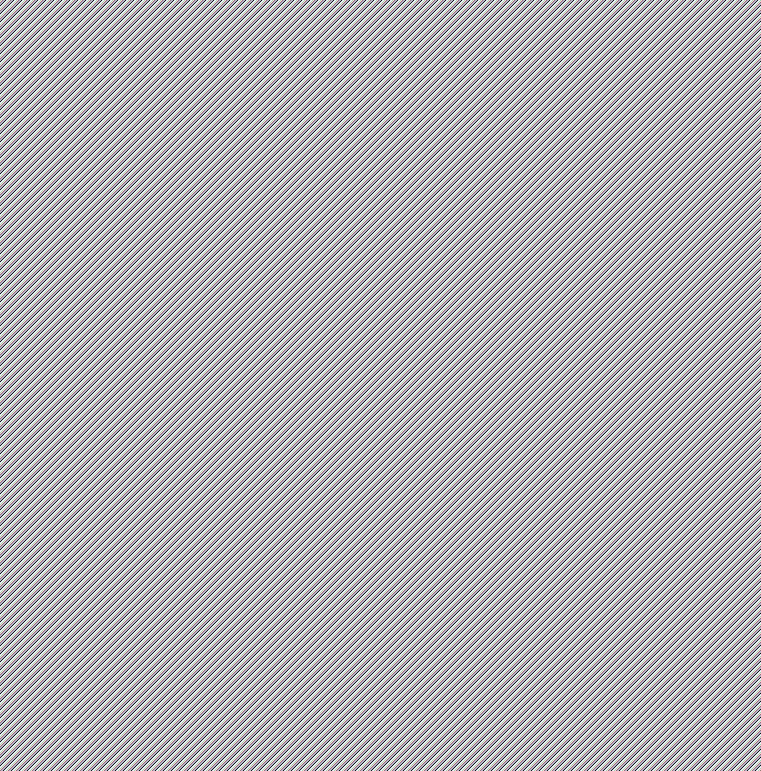
Before: Untitled Diagram.png, a diagram exported from draw.io (xyborgg/novacampaignapp). Source tidied: cells renumbered, new cells last; positions are measured from the earlier drawing's top-left corner, leaving out a move shared by most shapes.
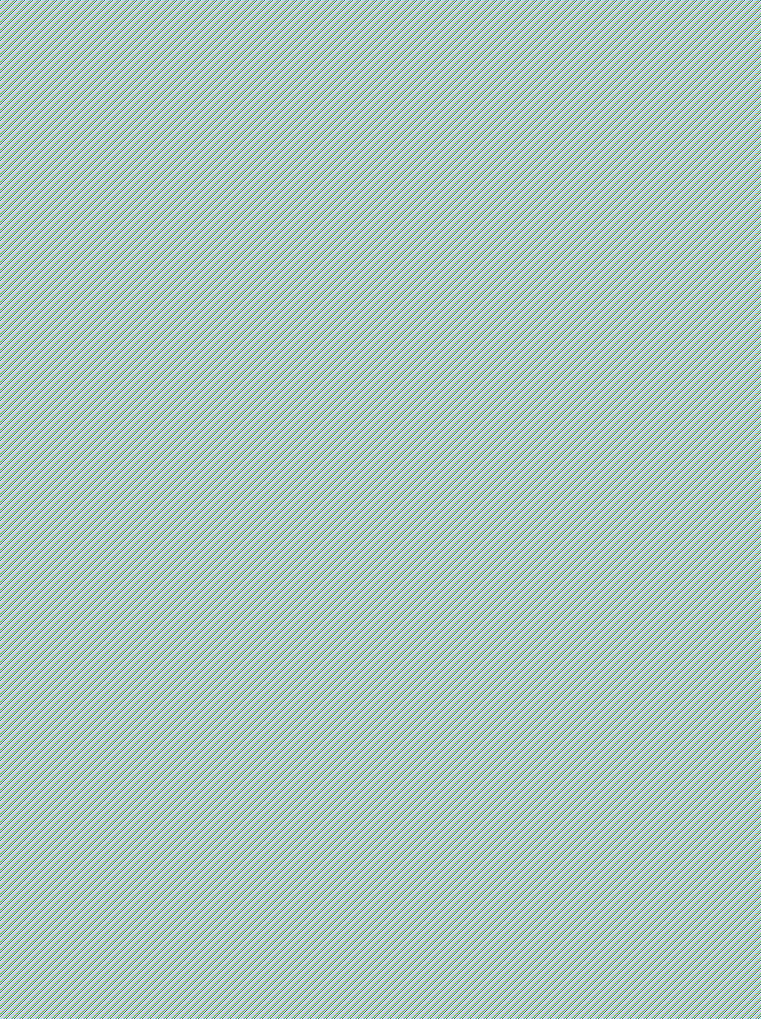
The same file after the commit.

What changed in the source:
```diff
@@ -3,10 +3,10 @@
     <mxCell id="0" />
     <mxCell id="1" parent="0" />
     <mxCell id="2" style="rounded=0;whiteSpace=wrap;html=1;" parent="1" vertex="1">
-      <mxGeometry x="50" y="40" width="710" height="190" as="geometry" />
+      <mxGeometry x="40" y="-130" width="710" height="190" as="geometry" />
     </mxCell>
     <mxCell id="3" style="group;" parent="1" vertex="1">
-      <mxGeometry x="424" y="90" width="59" height="60" as="geometry" />
+      <mxGeometry x="414" y="-59" width="59" height="60" as="geometry" />
     </mxCell>
     <mxCell id="4" style="group;" parent="3" vertex="1">
       <mxGeometry width="59" height="60" as="geometry" />
@@ -45,13 +45,13 @@
       <mxGeometry width="40" height="60" as="geometry" />
     </mxCell>
     <mxCell id="16" style="group;" parent="1" vertex="1">
-      <mxGeometry x="530" y="90" width="40" height="60" as="geometry" />
+      <mxGeometry x="520" y="-59" width="40" height="60" as="geometry" />
     </mxCell>
     <mxCell id="17" value="Edit" style="text;html=1;strokeColor=#6c8ebf;fillColor=#dae8fc;align=center;verticalAlign=middle;whiteSpace=wrap;rounded=0;" parent="16" vertex="1">
       <mxGeometry x="19" width="40" height="20" as="geometry" />
     </mxCell>
     <mxCell id="18" style="group;" parent="1" vertex="1">
-      <mxGeometry x="280" y="90" width="40" height="60" as="geometry" />
+      <mxGeometry x="270" y="-59" width="40" height="60" as="geometry" />
     </mxCell>
     <mxCell id="19" value="Role" style="text;html=1;strokeColor=#6c8ebf;fillColor=#dae8fc;align=center;verticalAlign=middle;whiteSpace=wrap;rounded=0;" parent="18" vertex="1">
       <mxGeometry x="33" width="40" height="20" as="geometry" />
@@ -60,115 +60,222 @@
       <mxGeometry x="33" y="40" width="40" height="20" as="geometry" />
     </mxCell>
     <mxCell id="21" style="group;" parent="1" vertex="1">
-      <mxGeometry x="680" y="90" width="40" height="60" as="geometry" />
+      <mxGeometry x="670" y="-59" width="40" height="60" as="geometry" />
     </mxCell>
     <mxCell id="22" value="Remove" style="text;html=1;strokeColor=#6c8ebf;fillColor=#dae8fc;align=center;verticalAlign=middle;whiteSpace=wrap;rounded=0;" parent="21" vertex="1">
       <mxGeometry x="-10" width="50" height="20" as="geometry" />
     </mxCell>
     <mxCell id="23" value="&amp;nbsp;Admin User" style="text;html=1;strokeColor=none;fillColor=none;align=center;verticalAlign=middle;whiteSpace=wrap;rounded=0;" parent="1" vertex="1">
-      <mxGeometry x="185" y="130" width="70" height="20" as="geometry" />
+      <mxGeometry x="175" y="-19" width="70" height="20" as="geometry" />
     </mxCell>
     <mxCell id="24" value="Name" style="text;html=1;strokeColor=#6c8ebf;fillColor=#dae8fc;align=center;verticalAlign=middle;whiteSpace=wrap;rounded=0;" parent="1" vertex="1">
-      <mxGeometry x="200" y="90" width="40" height="20" as="geometry" />
+      <mxGeometry x="190" y="-59" width="40" height="20" as="geometry" />
     </mxCell>
     <mxCell id="25" value="User" style="text;html=1;strokeColor=none;fillColor=none;align=center;verticalAlign=middle;whiteSpace=wrap;rounded=0;" parent="1" vertex="1">
-      <mxGeometry x="90" y="130" width="40" height="20" as="geometry" />
+      <mxGeometry x="80" y="-19" width="40" height="20" as="geometry" />
     </mxCell>
     <mxCell id="26" value="Avatar" style="text;html=1;strokeColor=#6c8ebf;fillColor=#dae8fc;align=center;verticalAlign=middle;whiteSpace=wrap;rounded=0;" parent="1" vertex="1">
-      <mxGeometry x="90" y="90" width="40" height="20" as="geometry" />
+      <mxGeometry x="80" y="-59" width="40" height="20" as="geometry" />
     </mxCell>
     <mxCell id="27" value="100" style="text;html=1;strokeColor=none;fillColor=none;align=center;verticalAlign=middle;whiteSpace=wrap;rounded=0;" parent="1" vertex="1">
-      <mxGeometry x="432" y="160" width="40" height="20" as="geometry" />
+      <mxGeometry x="422" y="11" width="40" height="20" as="geometry" />
     </mxCell>
     <mxCell id="28" value="User" style="text;html=1;strokeColor=none;fillColor=none;align=center;verticalAlign=middle;whiteSpace=wrap;rounded=0;" parent="1" vertex="1">
-      <mxGeometry x="313" y="160" width="40" height="20" as="geometry" />
+      <mxGeometry x="303" y="11" width="40" height="20" as="geometry" />
     </mxCell>
     <mxCell id="29" value="Basic User" style="text;html=1;strokeColor=none;fillColor=none;align=center;verticalAlign=middle;whiteSpace=wrap;rounded=0;" parent="1" vertex="1">
-      <mxGeometry x="190" y="160" width="60" height="20" as="geometry" />
+      <mxGeometry x="180" y="11" width="60" height="20" as="geometry" />
     </mxCell>
     <mxCell id="30" value="User" style="text;html=1;strokeColor=none;fillColor=none;align=center;verticalAlign=middle;whiteSpace=wrap;rounded=0;" parent="1" vertex="1">
-      <mxGeometry x="90" y="160" width="40" height="20" as="geometry" />
+      <mxGeometry x="80" y="11" width="40" height="20" as="geometry" />
     </mxCell>
     <mxCell id="31" style="rounded=0;whiteSpace=wrap;html=1;" parent="1" vertex="1">
-      <mxGeometry x="50" y="280" width="120" height="340" as="geometry" />
+      <mxGeometry x="60" y="370" width="120" height="340" as="geometry" />
     </mxCell>
-    <mxCell id="32" value="SETTINGS" style="text;html=1;strokeColor=none;fillColor=none;align=center;verticalAlign=middle;whiteSpace=wrap;rounded=0;" parent="1" vertex="1">
-      <mxGeometry width="150" height="40" as="geometry" />
+    <mxCell id="32" value="TEAMS" style="text;html=1;strokeColor=none;fillColor=none;align=center;verticalAlign=middle;whiteSpace=wrap;rounded=0;" parent="1" vertex="1">
+      <mxGeometry x="-10" y="90" width="150" height="40" as="geometry" />
     </mxCell>
     <mxCell id="33" value="Analytics" style="text;html=1;strokeColor=#6c8ebf;fillColor=#dae8fc;align=center;verticalAlign=middle;whiteSpace=wrap;rounded=0;" parent="1" vertex="1">
-      <mxGeometry x="80" y="363" width="50" height="20" as="geometry" />
+      <mxGeometry x="90" y="453" width="50" height="20" as="geometry" />
     </mxCell>
     <mxCell id="34" value="Broadcast" style="text;html=1;strokeColor=#6c8ebf;fillColor=#dae8fc;align=center;verticalAlign=middle;whiteSpace=wrap;rounded=0;" parent="1" vertex="1">
-      <mxGeometry x="80" y="413" width="60" height="20" as="geometry" />
+      <mxGeometry x="90" y="503" width="60" height="20" as="geometry" />
     </mxCell>
     <mxCell id="35" value="Templates" style="text;html=1;strokeColor=#6c8ebf;fillColor=#dae8fc;align=center;verticalAlign=middle;whiteSpace=wrap;rounded=0;" parent="1" vertex="1">
-      <mxGeometry x="80" y="463" width="60" height="20" as="geometry" />
+      <mxGeometry x="90" y="553" width="60" height="20" as="geometry" />
     </mxCell>
     <mxCell id="36" value="Settings" style="text;html=1;strokeColor=#6c8ebf;fillColor=#dae8fc;align=center;verticalAlign=middle;whiteSpace=wrap;rounded=0;" parent="1" vertex="1">
-      <mxGeometry x="80" y="513" width="60" height="20" as="geometry" />
+      <mxGeometry x="90" y="603" width="60" height="20" as="geometry" />
     </mxCell>
     <mxCell id="37" value="Profile" style="text;html=1;strokeColor=#6c8ebf;fillColor=#dae8fc;align=center;verticalAlign=middle;whiteSpace=wrap;rounded=0;" parent="1" vertex="1">
-      <mxGeometry x="80" y="563" width="60" height="20" as="geometry" />
+      <mxGeometry x="90" y="653" width="60" height="20" as="geometry" />
     </mxCell>
     <mxCell id="38" value="Audience" style="text;html=1;strokeColor=#6c8ebf;fillColor=#dae8fc;align=center;verticalAlign=middle;whiteSpace=wrap;rounded=0;" parent="1" vertex="1">
-      <mxGeometry x="80" y="320" width="50" height="20" as="geometry" />
+      <mxGeometry x="90" y="410" width="50" height="20" as="geometry" />
     </mxCell>
     <mxCell id="39" style="rounded=0;whiteSpace=wrap;html=1;" parent="1" vertex="1">
-      <mxGeometry x="233" y="280" width="120" height="340" as="geometry" />
+      <mxGeometry x="243" y="370" width="120" height="370" as="geometry" />
     </mxCell>
     <mxCell id="40" value="Analytics" style="text;html=1;strokeColor=#6c8ebf;fillColor=#dae8fc;align=center;verticalAlign=middle;whiteSpace=wrap;rounded=0;" parent="1" vertex="1">
-      <mxGeometry x="263" y="363" width="50" height="20" as="geometry" />
+      <mxGeometry x="273" y="453" width="50" height="20" as="geometry" />
     </mxCell>
     <mxCell id="41" value="Broadcast" style="text;html=1;strokeColor=#6c8ebf;fillColor=#dae8fc;align=center;verticalAlign=middle;whiteSpace=wrap;rounded=0;" parent="1" vertex="1">
-      <mxGeometry x="263" y="413" width="60" height="20" as="geometry" />
+      <mxGeometry x="273" y="503" width="60" height="20" as="geometry" />
     </mxCell>
     <mxCell id="42" value="Templates" style="text;html=1;strokeColor=#6c8ebf;fillColor=#dae8fc;align=center;verticalAlign=middle;whiteSpace=wrap;rounded=0;" parent="1" vertex="1">
-      <mxGeometry x="263" y="463" width="60" height="20" as="geometry" />
+      <mxGeometry x="273" y="553" width="60" height="20" as="geometry" />
     </mxCell>
     <mxCell id="43" value="Users" style="text;html=1;strokeColor=#6c8ebf;fillColor=#dae8fc;align=center;verticalAlign=middle;whiteSpace=wrap;rounded=0;" parent="1" vertex="1">
-      <mxGeometry x="263" y="513" width="60" height="20" as="geometry" />
+      <mxGeometry x="273" y="603" width="60" height="20" as="geometry" />
     </mxCell>
     <mxCell id="44" value="Profile" style="text;html=1;strokeColor=#6c8ebf;fillColor=#dae8fc;align=center;verticalAlign=middle;whiteSpace=wrap;rounded=0;" parent="1" vertex="1">
-      <mxGeometry x="263" y="563" width="60" height="20" as="geometry" />
+      <mxGeometry x="273" y="690" width="60" height="20" as="geometry" />
     </mxCell>
     <mxCell id="45" value="Audience" style="text;html=1;strokeColor=#6c8ebf;fillColor=#dae8fc;align=center;verticalAlign=middle;whiteSpace=wrap;rounded=0;" parent="1" vertex="1">
-      <mxGeometry x="263" y="320" width="50" height="20" as="geometry" />
+      <mxGeometry x="273" y="410" width="50" height="20" as="geometry" />
     </mxCell>
     <mxCell id="46" value="Side Menu" style="text;html=1;strokeColor=none;fillColor=none;align=center;verticalAlign=middle;whiteSpace=wrap;rounded=0;" parent="1" vertex="1">
-      <mxGeometry x="30" y="260" width="90" height="20" as="geometry" />
+      <mxGeometry x="40" y="350" width="90" height="20" as="geometry" />
     </mxCell>
     <mxCell id="47" value="Settings" style="text;html=1;strokeColor=none;fillColor=none;align=center;verticalAlign=middle;whiteSpace=wrap;rounded=0;" parent="1" vertex="1">
-      <mxGeometry x="220" y="260" width="90" height="20" as="geometry" />
+      <mxGeometry x="230" y="350" width="90" height="20" as="geometry" />
     </mxCell>
     <mxCell id="48" style="rounded=0;whiteSpace=wrap;html=1;" parent="1" vertex="1">
-      <mxGeometry x="410" y="280" width="120" height="490" as="geometry" />
+      <mxGeometry x="530" y="368" width="120" height="490" as="geometry" />
     </mxCell>
     <mxCell id="49" value="Delivery Rate" style="text;html=1;strokeColor=#6c8ebf;fillColor=#dae8fc;align=center;verticalAlign=middle;whiteSpace=wrap;rounded=0;" parent="1" vertex="1">
-      <mxGeometry x="425" y="363" width="90" height="20" as="geometry" />
+      <mxGeometry x="545" y="451" width="90" height="20" as="geometry" />
     </mxCell>
     <mxCell id="50" value="Unsubscribe Rate" style="text;html=1;strokeColor=#6c8ebf;fillColor=#dae8fc;align=center;verticalAlign=middle;whiteSpace=wrap;rounded=0;" parent="1" vertex="1">
-      <mxGeometry x="420" y="413" width="100" height="20" as="geometry" />
+      <mxGeometry x="540" y="501" width="100" height="20" as="geometry" />
     </mxCell>
     <mxCell id="51" value="Conversion Rate" style="text;html=1;strokeColor=#6c8ebf;fillColor=#dae8fc;align=center;verticalAlign=middle;whiteSpace=wrap;rounded=0;" parent="1" vertex="1">
-      <mxGeometry x="420" y="463" width="100" height="20" as="geometry" />
+      <mxGeometry x="540" y="551" width="100" height="20" as="geometry" />
     </mxCell>
     <mxCell id="52" value="Customer Acquisition Cost" style="text;html=1;strokeColor=#6c8ebf;fillColor=#dae8fc;align=center;verticalAlign=middle;whiteSpace=wrap;rounded=0;" parent="1" vertex="1">
-      <mxGeometry x="425" y="506.5" width="90" height="33" as="geometry" />
+      <mxGeometry x="545" y="594.5" width="90" height="33" as="geometry" />
     </mxCell>
     <mxCell id="53" value="&lt;div&gt;Return&lt;/div&gt;&lt;div&gt; on&lt;/div&gt;&lt;div&gt; Investment&lt;/div&gt;" style="text;html=1;strokeColor=#6c8ebf;fillColor=#dae8fc;align=center;verticalAlign=middle;whiteSpace=wrap;rounded=0;" parent="1" vertex="1">
-      <mxGeometry x="425" y="563" width="90" height="50" as="geometry" />
+      <mxGeometry x="545" y="651" width="90" height="50" as="geometry" />
     </mxCell>
     <mxCell id="54" value="Interaction Rate" style="text;html=1;strokeColor=#6c8ebf;fillColor=#dae8fc;align=center;verticalAlign=middle;whiteSpace=wrap;rounded=0;" parent="1" vertex="1">
-      <mxGeometry x="425" y="320" width="90" height="20" as="geometry" />
+      <mxGeometry x="545" y="408" width="90" height="20" as="geometry" />
     </mxCell>
     <mxCell id="55" value="Analytics" style="text;html=1;strokeColor=none;fillColor=none;align=center;verticalAlign=middle;whiteSpace=wrap;rounded=0;" parent="1" vertex="1">
-      <mxGeometry x="388" y="260" width="90" height="20" as="geometry" />
+      <mxGeometry x="510" y="350" width="90" height="20" as="geometry" />
     </mxCell>
     <mxCell id="56" value="Growth Rate" style="text;html=1;strokeColor=#6c8ebf;fillColor=#dae8fc;align=center;verticalAlign=middle;whiteSpace=wrap;rounded=0;" parent="1" vertex="1">
-      <mxGeometry x="425" y="640" width="90" height="20" as="geometry" />
+      <mxGeometry x="545" y="728" width="90" height="20" as="geometry" />
     </mxCell>
     <mxCell id="57" value="&lt;div&gt;Page value&lt;/div&gt;&lt;div&gt;(URL CTA Campaigns)&lt;/div&gt;" style="text;html=1;strokeColor=#6c8ebf;fillColor=#dae8fc;align=center;verticalAlign=middle;whiteSpace=wrap;rounded=0;" parent="1" vertex="1">
-      <mxGeometry x="425" y="690" width="90" height="50" as="geometry" />
+      <mxGeometry x="545" y="778" width="90" height="50" as="geometry" />
     </mxCell>
+    <mxCell id="58" value="Teams" style="text;html=1;strokeColor=#6c8ebf;fillColor=#dae8fc;align=center;verticalAlign=middle;whiteSpace=wrap;rounded=0;" parent="1" vertex="1">
+      <mxGeometry x="273" y="650" width="60" height="20" as="geometry" />
+    </mxCell>
+    <mxCell id="59" style="rounded=0;whiteSpace=wrap;html=1;" parent="1" vertex="1">
+      <mxGeometry x="40" y="120" width="710" height="190" as="geometry" />
+    </mxCell>
+    <mxCell id="60" style="group;" parent="1" vertex="1">
+      <mxGeometry x="414" y="194" width="59" height="60" as="geometry" />
+    </mxCell>
+    <mxCell id="61" style="group;" parent="60" vertex="1">
+      <mxGeometry width="59" height="60" as="geometry" />
+    </mxCell>
+    <mxCell id="62" style="group;" parent="61" vertex="1">
+      <mxGeometry x="1" width="58" height="60" as="geometry" />
+    </mxCell>
+    <mxCell id="63" style="group;" parent="62" vertex="1">
+      <mxGeometry width="58" height="60" as="geometry" />
+    </mxCell>
+    <mxCell id="64" style="group;" parent="63" vertex="1">
+      <mxGeometry width="58" height="60" as="geometry" />
+    </mxCell>
+    <mxCell id="65" style="group;" parent="64" vertex="1">
+      <mxGeometry x="-2" width="60" height="60" as="geometry" />
+    </mxCell>
+    <mxCell id="66" style="group;" parent="65" vertex="1">
+      <mxGeometry width="60" height="60" as="geometry" />
+    </mxCell>
+    <mxCell id="67" style="group;" parent="66" vertex="1">
+      <mxGeometry width="60" height="60" as="geometry" />
+    </mxCell>
+    <mxCell id="68" value="SMS Sent" style="text;html=1;strokeColor=#6c8ebf;fillColor=#dae8fc;align=center;verticalAlign=middle;whiteSpace=wrap;rounded=0;" parent="67" vertex="1">
+      <mxGeometry width="60" height="20" as="geometry" />
+    </mxCell>
+    <mxCell id="69" value="200" style="text;html=1;strokeColor=none;fillColor=none;align=center;verticalAlign=middle;whiteSpace=wrap;rounded=0;" parent="67" vertex="1">
+      <mxGeometry x="9" y="40" width="40" height="20" as="geometry" />
+    </mxCell>
+    <mxCell id="70" style="group;" parent="66" vertex="1">
+      <mxGeometry x="10" y="10" width="40" height="60" as="geometry" />
+    </mxCell>
+    <mxCell id="71" style="group;" parent="70" vertex="1">
+      <mxGeometry x="43" width="40" height="60" as="geometry" />
+    </mxCell>
+    <mxCell id="72" style="group;" parent="71" vertex="1">
+      <mxGeometry width="40" height="60" as="geometry" />
+    </mxCell>
+    <mxCell id="73" style="group;" parent="1" vertex="1">
+      <mxGeometry x="520" y="194" width="40" height="60" as="geometry" />
+    </mxCell>
+    <mxCell id="74" value="Edit" style="text;html=1;strokeColor=#6c8ebf;fillColor=#dae8fc;align=center;verticalAlign=middle;whiteSpace=wrap;rounded=0;" parent="73" vertex="1">
+      <mxGeometry x="19" width="40" height="20" as="geometry" />
+    </mxCell>
+    <mxCell id="75" style="group;" parent="1" vertex="1">
+      <mxGeometry x="270" y="194" width="40" height="60" as="geometry" />
+    </mxCell>
+    <mxCell id="76" value="Role" style="text;html=1;strokeColor=#6c8ebf;fillColor=#dae8fc;align=center;verticalAlign=middle;whiteSpace=wrap;rounded=0;" parent="75" vertex="1">
+      <mxGeometry x="33" width="40" height="20" as="geometry" />
+    </mxCell>
+    <mxCell id="77" value="Admin" style="text;html=1;strokeColor=none;fillColor=none;align=center;verticalAlign=middle;whiteSpace=wrap;rounded=0;" parent="75" vertex="1">
+      <mxGeometry x="33" y="40" width="40" height="20" as="geometry" />
+    </mxCell>
+    <mxCell id="78" style="group;" parent="1" vertex="1">
+      <mxGeometry x="670" y="194" width="40" height="60" as="geometry" />
+    </mxCell>
+    <mxCell id="79" value="Remove" style="text;html=1;strokeColor=#6c8ebf;fillColor=#dae8fc;align=center;verticalAlign=middle;whiteSpace=wrap;rounded=0;" parent="78" vertex="1">
+      <mxGeometry x="-10" width="50" height="20" as="geometry" />
+    </mxCell>
+    <mxCell id="80" value="&amp;nbsp;Admin User" style="text;html=1;strokeColor=none;fillColor=none;align=center;verticalAlign=middle;whiteSpace=wrap;rounded=0;" parent="1" vertex="1">
+      <mxGeometry x="175" y="234" width="70" height="20" as="geometry" />
+    </mxCell>
+    <mxCell id="81" value="Name" style="text;html=1;strokeColor=#6c8ebf;fillColor=#dae8fc;align=center;verticalAlign=middle;whiteSpace=wrap;rounded=0;" parent="1" vertex="1">
+      <mxGeometry x="190" y="194" width="40" height="20" as="geometry" />
+    </mxCell>
+    <mxCell id="82" value="User" style="text;html=1;strokeColor=none;fillColor=none;align=center;verticalAlign=middle;whiteSpace=wrap;rounded=0;" parent="1" vertex="1">
+      <mxGeometry x="80" y="234" width="40" height="20" as="geometry" />
+    </mxCell>
+    <mxCell id="83" value="Avatar" style="text;html=1;strokeColor=#6c8ebf;fillColor=#dae8fc;align=center;verticalAlign=middle;whiteSpace=wrap;rounded=0;" parent="1" vertex="1">
+      <mxGeometry x="80" y="194" width="40" height="20" as="geometry" />
+    </mxCell>
+    <mxCell id="84" value="100" style="text;html=1;strokeColor=none;fillColor=none;align=center;verticalAlign=middle;whiteSpace=wrap;rounded=0;" parent="1" vertex="1">
+      <mxGeometry x="422" y="264" width="40" height="20" as="geometry" />
+    </mxCell>
+    <mxCell id="85" value="User" style="text;html=1;strokeColor=none;fillColor=none;align=center;verticalAlign=middle;whiteSpace=wrap;rounded=0;" parent="1" vertex="1">
+      <mxGeometry x="303" y="264" width="40" height="20" as="geometry" />
+    </mxCell>
+    <mxCell id="86" value="Basic User" style="text;html=1;strokeColor=none;fillColor=none;align=center;verticalAlign=middle;whiteSpace=wrap;rounded=0;" parent="1" vertex="1">
+      <mxGeometry x="180" y="264" width="60" height="20" as="geometry" />
+    </mxCell>
+    <mxCell id="87" value="User" style="text;html=1;strokeColor=none;fillColor=none;align=center;verticalAlign=middle;whiteSpace=wrap;rounded=0;" parent="1" vertex="1">
+      <mxGeometry x="80" y="264" width="40" height="20" as="geometry" />
+    </mxCell>
+    <mxCell id="88" value="USERS" style="text;html=1;strokeColor=none;fillColor=none;align=center;verticalAlign=middle;whiteSpace=wrap;rounded=0;" parent="1" vertex="1">
+      <mxGeometry x="-10" y="-160" width="150" height="40" as="geometry" />
+    </mxCell>
+    <mxCell id="89" value="+ Add New User" style="strokeWidth=1;shadow=0;dashed=0;align=center;html=1;shape=mxgraph.mockup.buttons.button;strokeColor=#666666;fontColor=#ffffff;mainText=;buttonStyle=round;fontSize=13;fontStyle=1;fillColor=#008cff;whiteSpace=wrap;" parent="1" vertex="1">
+      <mxGeometry x="580" y="-110" width="130" height="30" as="geometry" />
+    </mxCell>
+    <mxCell id="90" value="+ Add New Team" style="strokeWidth=1;shadow=0;dashed=0;align=center;html=1;shape=mxgraph.mockup.buttons.button;strokeColor=#666666;fontColor=#ffffff;mainText=;buttonStyle=round;fontSize=13;fontStyle=1;fillColor=#008cff;whiteSpace=wrap;" parent="1" vertex="1">
+      <mxGeometry x="590" y="138" width="120" height="30" as="geometry" />
+    </mxCell>
+    <mxCell id="91" style="endArrow=none;html=1;fontSize=13;exitX=1;exitY=0.5;exitDx=0;exitDy=0;" parent="1" edge="1" source="58">
+      <mxGeometry relative="1" as="geometry">
+        <mxPoint x="370" y="660" as="targetPoint" />
+      </mxGeometry>
+    </mxCell>
+    <mxCell id="92" value="(Admin Account Only)" style="text;html=1;strokeColor=none;fillColor=none;align=center;verticalAlign=middle;whiteSpace=wrap;rounded=0;fontSize=13;" parent="1" vertex="1">
+      <mxGeometry x="370" y="650" width="130" height="20" as="geometry" />
+    </mxCell>
   </root>
 </mxGraphModel>
```
